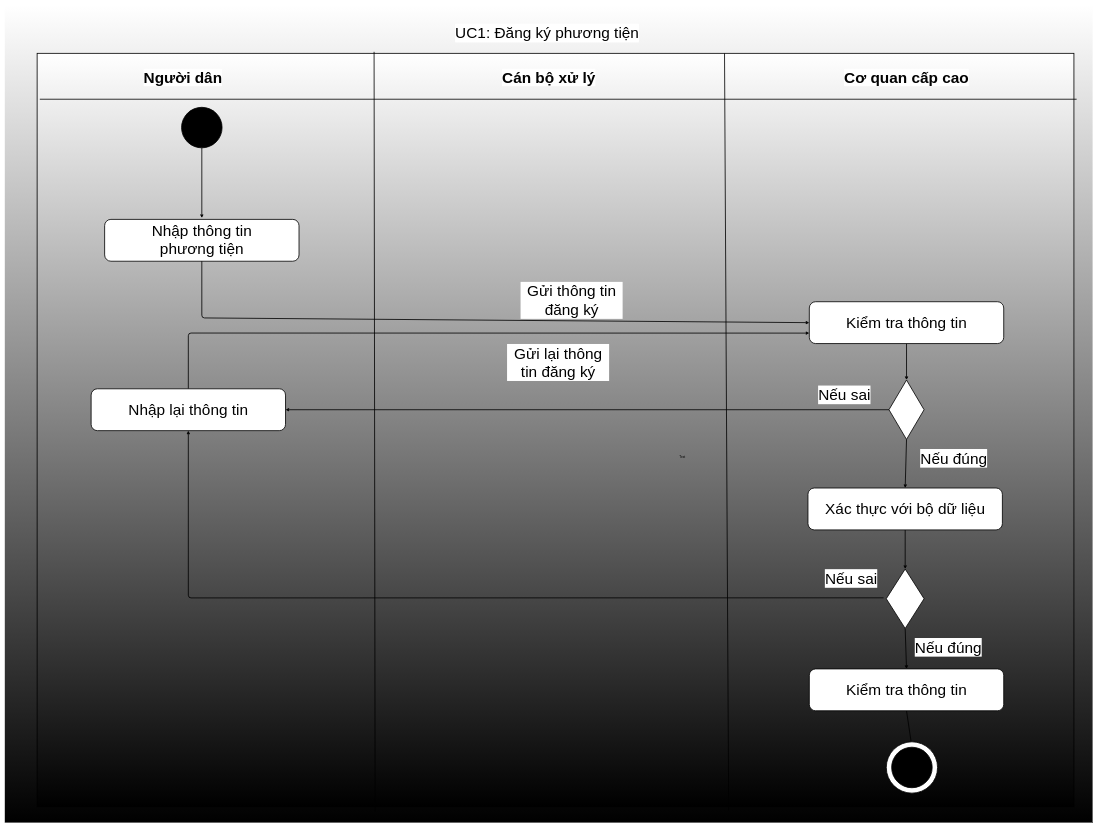
Before: Reportchart/UC1/ActivityUC1.drawio in ctthong18/TrafficViolationSystem, a draw.io diagram. Source tidied: cells renumbered, new cells numbered last; positions are measured from the earlier drawing's top-left corner, leaving out a move shared by most shapes. Both pictures are drawn from the tidied source at 27%, with x=0, y=0 at pixel (5, 5).
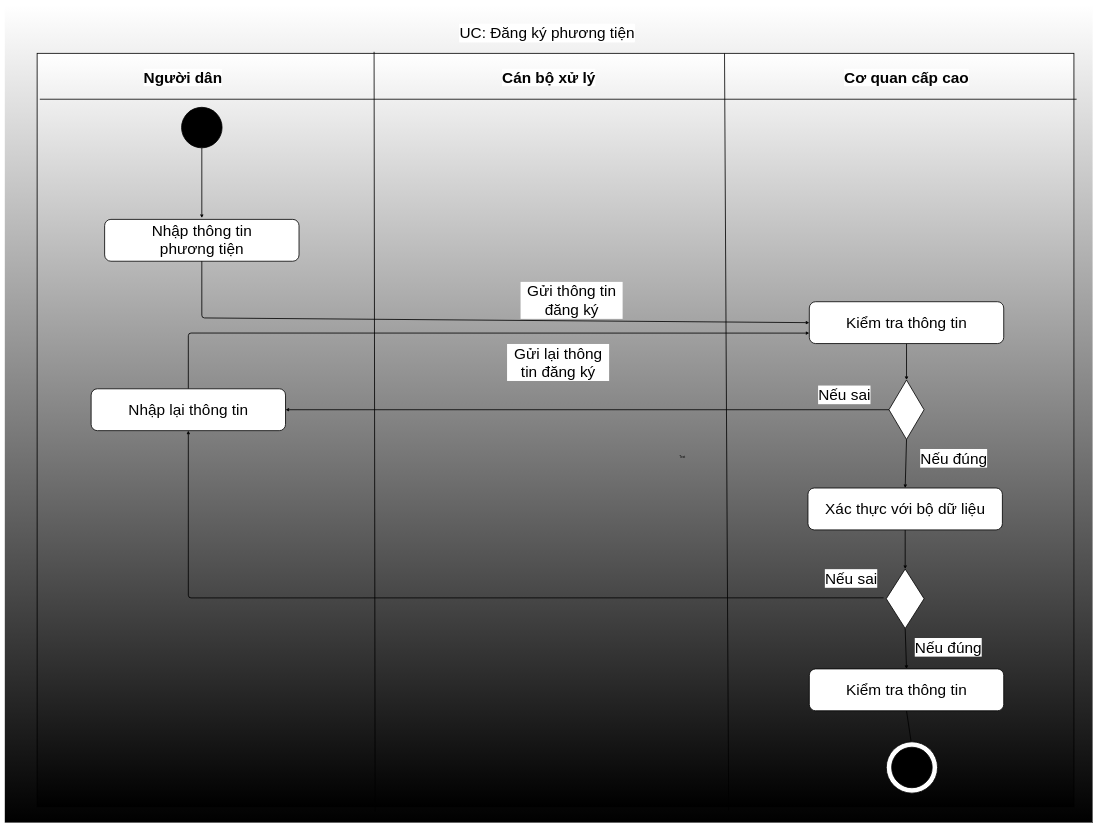
The same page after the edit.

Change to the diagram source:
```diff
@@
-    <mxCell id="13" value="&lt;font style=&quot;background-color: rgb(255, 255, 255);&quot; color=&quot;#000000&quot;&gt;UC1: Đăng ký phương tiện&lt;/font&gt;" style="text;strokeColor=none;align=center;fillColor=none;html=1;verticalAlign=middle;whiteSpace=wrap;rounded=0;labelBackgroundColor=#FFFFFF;strokeWidth=3;fontSize=57;fontColor=#030303;" parent="1" vertex="1">
+    <mxCell id="13" value="&lt;font style=&quot;background-color: rgb(255, 255, 255);&quot; color=&quot;#000000&quot;&gt;UC: Đăng ký phương tiện&lt;/font&gt;" style="text;strokeColor=none;align=center;fillColor=none;html=1;verticalAlign=middle;whiteSpace=wrap;rounded=0;labelBackgroundColor=#FFFFFF;strokeWidth=3;fontSize=57;fontColor=#030303;" parent="1" vertex="1">
       <mxGeometry x="1650" y="50" width="717.5" height="110" as="geometry" />
     </mxCell>
```
